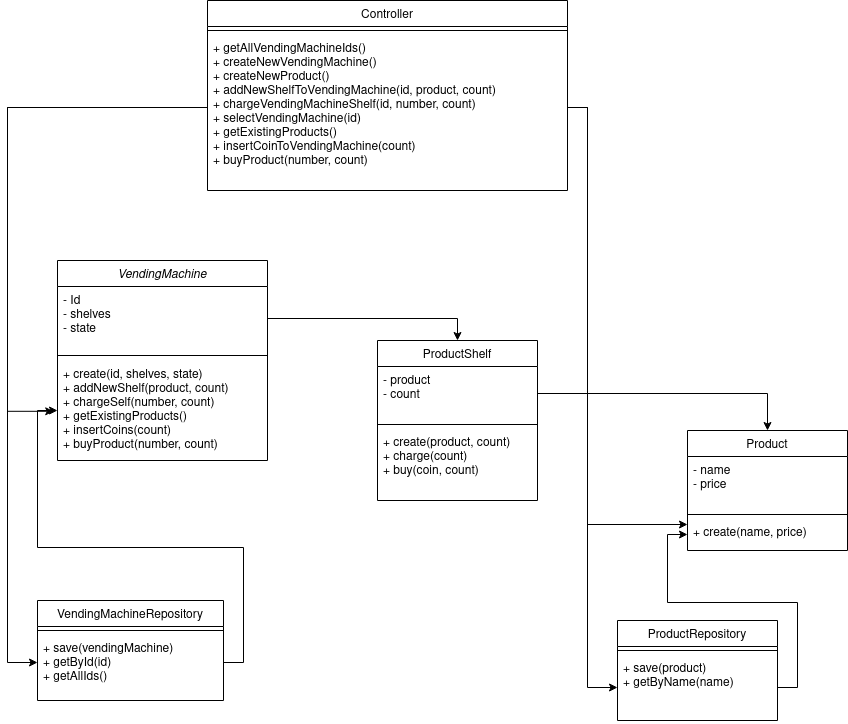
Above: doc/DomainModel.png in ae2079/VendingMachineSystem (draw.io), before the change. Source tidied: cells renumbered, new cells last; positions are measured from the earlier drawing's top-left corner, leaving out a move shared by most shapes. The source it was exported from:
```xml
<mxGraphModel>
  <root>
    <mxCell id="0" />
    <mxCell id="1" parent="0" />
    <mxCell id="2" value="VendingMachine" style="swimlane;fontStyle=2;align=center;verticalAlign=top;horizontal=1;startSize=26;rounded=0;shadow=0;strokeWidth=1;" parent="1" vertex="1">
      <mxGeometry x="50" y="260" width="210" height="200" as="geometry" />
    </mxCell>
    <mxCell id="3" value="- Id&#10;- shelves&#10;- state&#10;" style="text;align=left;verticalAlign=top;spacingLeft=4;spacingRight=4;overflow=hidden;points=[[0,0.5],[1,0.5]];portConstraint=eastwest;" parent="2" vertex="1">
      <mxGeometry y="26" width="210" height="64" as="geometry" />
    </mxCell>
    <mxCell id="4" style="line;html=1;strokeWidth=1;align=left;verticalAlign=middle;spacingTop=-1;spacingLeft=3;spacingRight=3;labelPosition=right;" parent="2" vertex="1">
      <mxGeometry y="90" width="210" height="10" as="geometry" />
    </mxCell>
    <mxCell id="5" value="+ create(id, shelves, state)&#10;+ addNewShelf(product, count)&#10;+ chargeSelf(number, count)&#10;+ getExistingProducts()&#10;+ insertCoins(count)&#10;+ buyProduct(number, count)&#10;&#10;&#10;" style="text;align=left;verticalAlign=top;spacingLeft=4;spacingRight=4;overflow=hidden;points=[[0,0.5],[1,0.5]];portConstraint=eastwest;" parent="2" vertex="1">
      <mxGeometry y="100" width="210" height="100" as="geometry" />
    </mxCell>
    <mxCell id="6" value="VendingMachineRepository" style="swimlane;fontStyle=0;align=center;verticalAlign=top;horizontal=1;startSize=26;rounded=0;shadow=0;strokeWidth=1;" parent="1" vertex="1">
      <mxGeometry x="30" y="600" width="186" height="100" as="geometry" />
    </mxCell>
    <mxCell id="7" style="line;html=1;strokeWidth=1;align=left;verticalAlign=middle;spacingTop=-1;spacingLeft=3;spacingRight=3;labelPosition=right;" parent="6" vertex="1">
      <mxGeometry y="26" width="186" height="8" as="geometry" />
    </mxCell>
    <mxCell id="8" value="Product" style="swimlane;fontStyle=0;align=center;verticalAlign=top;horizontal=1;startSize=26;rounded=0;shadow=0;strokeWidth=1;" parent="1" vertex="1">
      <mxGeometry x="680" y="430" width="160" height="120" as="geometry" />
    </mxCell>
    <mxCell id="9" value="- name&#10;- price&#10;" style="text;align=left;verticalAlign=top;spacingLeft=4;spacingRight=4;overflow=hidden;" parent="8" vertex="1">
      <mxGeometry y="26" width="160" height="54" as="geometry" />
    </mxCell>
    <mxCell id="10" style="line;html=1;strokeWidth=1;align=left;verticalAlign=middle;spacingTop=-1;spacingLeft=3;spacingRight=3;labelPosition=right;" parent="8" vertex="1">
      <mxGeometry y="80" width="160" height="8" as="geometry" />
    </mxCell>
    <mxCell id="11" value="+ create(name, price)&#10;" style="text;align=left;verticalAlign=top;spacingLeft=4;spacingRight=4;overflow=hidden;points=[[0,0.5],[1,0.5]];portConstraint=eastwest;fontStyle=0;" parent="8" vertex="1">
      <mxGeometry y="88" width="160" height="32" as="geometry" />
    </mxCell>
    <mxCell id="12" value="ProductShelf" style="swimlane;fontStyle=0;align=center;verticalAlign=top;horizontal=1;startSize=26;rounded=0;shadow=0;strokeWidth=1;" parent="1" vertex="1">
      <mxGeometry x="370" y="340" width="160" height="160" as="geometry" />
    </mxCell>
    <mxCell id="13" value="- product&#10;- count&#10;" style="text;align=left;verticalAlign=top;spacingLeft=4;spacingRight=4;overflow=hidden;points=[[0,0.5],[1,0.5]];portConstraint=eastwest;rounded=0;shadow=0;html=0;" parent="12" vertex="1">
      <mxGeometry y="26" width="160" height="54" as="geometry" />
    </mxCell>
    <mxCell id="14" style="line;html=1;strokeWidth=1;align=left;verticalAlign=middle;spacingTop=-1;spacingLeft=3;spacingRight=3;labelPosition=right;" parent="12" vertex="1">
      <mxGeometry y="80" width="160" height="8" as="geometry" />
    </mxCell>
    <mxCell id="15" value="+ create(product, count)&#10;+ charge(count)&#10;+ buy(coin, count)&#10;&#10;" style="text;align=left;verticalAlign=top;spacingLeft=4;spacingRight=4;overflow=hidden;" parent="12" vertex="1">
      <mxGeometry y="88" width="160" height="62" as="geometry" />
    </mxCell>
    <mxCell id="16" style="edgeStyle=orthogonalEdgeStyle;rounded=0;jettySize=auto;html=1;exitX=1;exitY=0.5;exitDx=0;exitDy=0;entryX=0.5;entryY=0;entryDx=0;entryDy=0;" parent="1" edge="1" source="13" target="8">
      <mxGeometry relative="1" as="geometry" />
    </mxCell>
    <mxCell id="17" style="edgeStyle=orthogonalEdgeStyle;rounded=0;jettySize=auto;html=1;entryX=0.5;entryY=0;entryDx=0;entryDy=0;" parent="1" edge="1" source="3" target="12">
      <mxGeometry relative="1" as="geometry" />
    </mxCell>
    <mxCell id="18" value="ProductRepository" style="swimlane;fontStyle=0;align=center;verticalAlign=top;horizontal=1;startSize=26;rounded=0;shadow=0;strokeWidth=1;" parent="1" vertex="1">
      <mxGeometry x="610" y="620" width="160" height="100" as="geometry" />
    </mxCell>
    <mxCell id="19" style="line;html=1;strokeWidth=1;align=left;verticalAlign=middle;spacingTop=-1;spacingLeft=3;spacingRight=3;labelPosition=right;" parent="18" vertex="1">
      <mxGeometry y="26" width="160" height="8" as="geometry" />
    </mxCell>
    <mxCell id="20" value="+ save(product)&#10;+ getByName(name)" style="text;align=left;verticalAlign=top;spacingLeft=4;spacingRight=4;overflow=hidden;points=[[0,0.5],[1,0.5]];portConstraint=eastwest;" parent="18" vertex="1">
      <mxGeometry y="34" width="160" height="66" as="geometry" />
    </mxCell>
    <mxCell id="21" value="Controller" style="swimlane;fontStyle=0;align=center;verticalAlign=top;horizontal=1;startSize=26;rounded=0;shadow=0;strokeWidth=1;" parent="1" vertex="1">
      <mxGeometry x="200" width="360" height="190" as="geometry" />
    </mxCell>
    <mxCell id="22" style="line;html=1;strokeWidth=1;align=left;verticalAlign=middle;spacingTop=-1;spacingLeft=3;spacingRight=3;labelPosition=right;" parent="21" vertex="1">
      <mxGeometry y="26" width="360" height="8" as="geometry" />
    </mxCell>
    <mxCell id="23" value="+ getAllVendingMachineIds()&#10;+ createNewVendingMachine()&#10;+ createNewProduct()&#10;+ addNewShelfToVendingMachine(id, product, count)&#10;+ chargeVendingMachineShelf(id, number, count)&#10;+ selectVendingMachine(id)&#10;+ getExistingProducts()&#10;+ insertCoinToVendingMachine(count)&#10;+ buyProduct(number, count)" style="text;align=left;verticalAlign=top;spacingLeft=4;spacingRight=4;overflow=hidden;points=[[0,0.5],[1,0.5]];portConstraint=eastwest;" parent="21" vertex="1">
      <mxGeometry y="34" width="360" height="146" as="geometry" />
    </mxCell>
    <mxCell id="24" style="edgeStyle=orthogonalEdgeStyle;rounded=0;jettySize=auto;html=1;entryX=-0.018;entryY=0.508;entryDx=0;entryDy=0;entryPerimeter=0;" parent="1" edge="1" source="23" target="5">
      <mxGeometry relative="1" as="geometry">
        <Array as="points">
          <mxPoint y="107" />
          <mxPoint y="410" />
          <mxPoint x="46" y="410" />
        </Array>
      </mxGeometry>
    </mxCell>
    <mxCell id="25" style="edgeStyle=orthogonalEdgeStyle;rounded=0;jettySize=auto;html=1;exitX=1;exitY=0.5;exitDx=0;exitDy=0;" parent="1" edge="1" source="23" target="11">
      <mxGeometry relative="1" as="geometry">
        <Array as="points">
          <mxPoint x="580" y="107" />
          <mxPoint x="580" y="524" />
        </Array>
      </mxGeometry>
    </mxCell>
    <mxCell id="26" style="edgeStyle=orthogonalEdgeStyle;rounded=0;jettySize=auto;html=1;entryX=0;entryY=0.5;entryDx=0;entryDy=0;" parent="1" edge="1" source="23" target="30">
      <mxGeometry relative="1" as="geometry">
        <Array as="points">
          <mxPoint y="107" />
          <mxPoint y="662" />
        </Array>
      </mxGeometry>
    </mxCell>
    <mxCell id="27" style="edgeStyle=orthogonalEdgeStyle;rounded=0;jettySize=auto;html=1;exitX=1;exitY=0.5;exitDx=0;exitDy=0;entryX=0;entryY=0.5;entryDx=0;entryDy=0;" parent="1" edge="1" source="23" target="20">
      <mxGeometry relative="1" as="geometry">
        <Array as="points">
          <mxPoint x="580" y="107" />
          <mxPoint x="580" y="687" />
        </Array>
      </mxGeometry>
    </mxCell>
    <mxCell id="28" style="edgeStyle=orthogonalEdgeStyle;rounded=0;jettySize=auto;html=1;exitX=1;exitY=0.5;exitDx=0;exitDy=0;entryX=0;entryY=0.5;entryDx=0;entryDy=0;" parent="1" edge="1" source="20" target="11">
      <mxGeometry relative="1" as="geometry" />
    </mxCell>
    <mxCell id="29" style="edgeStyle=orthogonalEdgeStyle;rounded=0;jettySize=auto;html=1;exitX=1;exitY=0.5;exitDx=0;exitDy=0;entryX=0;entryY=0.5;entryDx=0;entryDy=0;" parent="1" edge="1" source="30" target="5">
      <mxGeometry relative="1" as="geometry" />
    </mxCell>
    <mxCell id="30" value="+ save(vendingMachine)&#10;+ getById(id)&#10;+ getAllIds()&#10;" style="text;align=left;verticalAlign=top;spacingLeft=4;spacingRight=4;overflow=hidden;points=[[0,0.5],[1,0.5]];portConstraint=eastwest;" parent="1" vertex="1">
      <mxGeometry x="30" y="634" width="186" height="56" as="geometry" />
    </mxCell>
  </root>
</mxGraphModel>
```
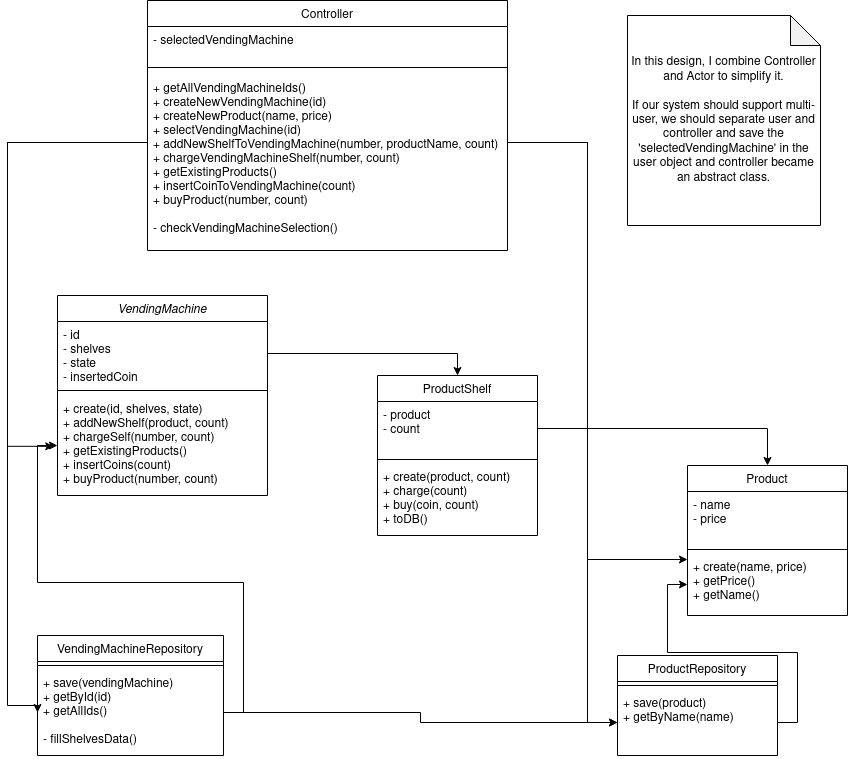
After the commit.

Commit message:
Update domain model image

Diff of the diagram source:
```diff
@@ -5,7 +5,7 @@
     <mxCell id="2" value="VendingMachine" style="swimlane;fontStyle=2;align=center;verticalAlign=top;horizontal=1;startSize=26;rounded=0;shadow=0;strokeWidth=1;" parent="1" vertex="1">
       <mxGeometry x="50" y="260" width="210" height="200" as="geometry" />
     </mxCell>
-    <mxCell id="3" value="- Id&#10;- shelves&#10;- state&#10;" style="text;align=left;verticalAlign=top;spacingLeft=4;spacingRight=4;overflow=hidden;points=[[0,0.5],[1,0.5]];portConstraint=eastwest;" parent="2" vertex="1">
+    <mxCell id="3" value="- id&#10;- shelves&#10;- state&#10;- insertedCoin&#10;" style="text;align=left;verticalAlign=top;spacingLeft=4;spacingRight=4;overflow=hidden;points=[[0,0.5],[1,0.5]];portConstraint=eastwest;" parent="2" vertex="1">
       <mxGeometry y="26" width="210" height="64" as="geometry" />
     </mxCell>
     <mxCell id="4" style="line;html=1;strokeWidth=1;align=left;verticalAlign=middle;spacingTop=-1;spacingLeft=3;spacingRight=3;labelPosition=right;" parent="2" vertex="1">
@@ -15,13 +15,13 @@
       <mxGeometry y="100" width="210" height="100" as="geometry" />
     </mxCell>
     <mxCell id="6" value="VendingMachineRepository" style="swimlane;fontStyle=0;align=center;verticalAlign=top;horizontal=1;startSize=26;rounded=0;shadow=0;strokeWidth=1;" parent="1" vertex="1">
-      <mxGeometry x="30" y="600" width="186" height="100" as="geometry" />
+      <mxGeometry x="30" y="600" width="186" height="120" as="geometry" />
     </mxCell>
     <mxCell id="7" style="line;html=1;strokeWidth=1;align=left;verticalAlign=middle;spacingTop=-1;spacingLeft=3;spacingRight=3;labelPosition=right;" parent="6" vertex="1">
       <mxGeometry y="26" width="186" height="8" as="geometry" />
     </mxCell>
     <mxCell id="8" value="Product" style="swimlane;fontStyle=0;align=center;verticalAlign=top;horizontal=1;startSize=26;rounded=0;shadow=0;strokeWidth=1;" parent="1" vertex="1">
-      <mxGeometry x="680" y="430" width="160" height="120" as="geometry" />
+      <mxGeometry x="680" y="430" width="160" height="150" as="geometry" />
     </mxCell>
     <mxCell id="9" value="- name&#10;- price&#10;" style="text;align=left;verticalAlign=top;spacingLeft=4;spacingRight=4;overflow=hidden;" parent="8" vertex="1">
       <mxGeometry y="26" width="160" height="54" as="geometry" />
@@ -29,8 +29,8 @@
     <mxCell id="10" style="line;html=1;strokeWidth=1;align=left;verticalAlign=middle;spacingTop=-1;spacingLeft=3;spacingRight=3;labelPosition=right;" parent="8" vertex="1">
       <mxGeometry y="80" width="160" height="8" as="geometry" />
     </mxCell>
-    <mxCell id="11" value="+ create(name, price)&#10;" style="text;align=left;verticalAlign=top;spacingLeft=4;spacingRight=4;overflow=hidden;points=[[0,0.5],[1,0.5]];portConstraint=eastwest;fontStyle=0;" parent="8" vertex="1">
-      <mxGeometry y="88" width="160" height="32" as="geometry" />
+    <mxCell id="11" value="+ create(name, price)&#10;+ getPrice()&#10;+ getName()&#10;&#10;" style="text;align=left;verticalAlign=top;spacingLeft=4;spacingRight=4;overflow=hidden;points=[[0,0.5],[1,0.5]];portConstraint=eastwest;fontStyle=0;" parent="8" vertex="1">
+      <mxGeometry y="88" width="160" height="62" as="geometry" />
     </mxCell>
     <mxCell id="12" value="ProductShelf" style="swimlane;fontStyle=0;align=center;verticalAlign=top;horizontal=1;startSize=26;rounded=0;shadow=0;strokeWidth=1;" parent="1" vertex="1">
       <mxGeometry x="370" y="340" width="160" height="160" as="geometry" />
@@ -41,7 +41,7 @@
     <mxCell id="14" style="line;html=1;strokeWidth=1;align=left;verticalAlign=middle;spacingTop=-1;spacingLeft=3;spacingRight=3;labelPosition=right;" parent="12" vertex="1">
       <mxGeometry y="80" width="160" height="8" as="geometry" />
     </mxCell>
-    <mxCell id="15" value="+ create(product, count)&#10;+ charge(count)&#10;+ buy(coin, count)&#10;&#10;" style="text;align=left;verticalAlign=top;spacingLeft=4;spacingRight=4;overflow=hidden;" parent="12" vertex="1">
+    <mxCell id="15" value="+ create(product, count)&#10;+ charge(count)&#10;+ buy(coin, count)&#10;+ toDB()&#10;&#10;" style="text;align=left;verticalAlign=top;spacingLeft=4;spacingRight=4;overflow=hidden;" parent="12" vertex="1">
       <mxGeometry y="88" width="160" height="62" as="geometry" />
     </mxCell>
     <mxCell id="16" style="edgeStyle=orthogonalEdgeStyle;rounded=0;jettySize=auto;html=1;exitX=1;exitY=0.5;exitDx=0;exitDy=0;entryX=0.5;entryY=0;entryDx=0;entryDy=0;" parent="1" edge="1" source="13" target="8">
@@ -60,13 +60,16 @@
       <mxGeometry y="34" width="160" height="66" as="geometry" />
     </mxCell>
     <mxCell id="21" value="Controller" style="swimlane;fontStyle=0;align=center;verticalAlign=top;horizontal=1;startSize=26;rounded=0;shadow=0;strokeWidth=1;" parent="1" vertex="1">
-      <mxGeometry x="200" width="360" height="190" as="geometry" />
+      <mxGeometry x="140" y="-35" width="360" height="250" as="geometry" />
     </mxCell>
+    <mxCell id="31" value="- selectedVendingMachine&#10;" style="text;align=left;verticalAlign=top;spacingLeft=4;spacingRight=4;overflow=hidden;rounded=0;shadow=0;html=0;" parent="21" vertex="1">
+      <mxGeometry y="26" width="360" height="34" as="geometry" />
+    </mxCell>
     <mxCell id="22" style="line;html=1;strokeWidth=1;align=left;verticalAlign=middle;spacingTop=-1;spacingLeft=3;spacingRight=3;labelPosition=right;" parent="21" vertex="1">
-      <mxGeometry y="26" width="360" height="8" as="geometry" />
+      <mxGeometry y="60" width="360" height="14" as="geometry" />
     </mxCell>
-    <mxCell id="23" value="+ getAllVendingMachineIds()&#10;+ createNewVendingMachine()&#10;+ createNewProduct()&#10;+ addNewShelfToVendingMachine(id, product, count)&#10;+ chargeVendingMachineShelf(id, number, count)&#10;+ selectVendingMachine(id)&#10;+ getExistingProducts()&#10;+ insertCoinToVendingMachine(count)&#10;+ buyProduct(number, count)" style="text;align=left;verticalAlign=top;spacingLeft=4;spacingRight=4;overflow=hidden;points=[[0,0.5],[1,0.5]];portConstraint=eastwest;" parent="21" vertex="1">
-      <mxGeometry y="34" width="360" height="146" as="geometry" />
+    <mxCell id="23" value="+ getAllVendingMachineIds()&#10;+ createNewVendingMachine(id)&#10;+ createNewProduct(name, price)&#10;+ selectVendingMachine(id)&#10;+ addNewShelfToVendingMachine(number, productName, count)&#10;+ chargeVendingMachineShelf(number, count)&#10;+ getExistingProducts()&#10;+ insertCoinToVendingMachine(count)&#10;+ buyProduct(number, count)&#10;&#10;- checkVendingMachineSelection()&#10;" style="text;align=left;verticalAlign=top;spacingLeft=4;spacingRight=4;overflow=hidden;points=[[0,0.5],[1,0.5]];portConstraint=eastwest;" parent="21" vertex="1">
+      <mxGeometry y="74" width="360" height="176" as="geometry" />
     </mxCell>
     <mxCell id="24" style="edgeStyle=orthogonalEdgeStyle;rounded=0;jettySize=auto;html=1;entryX=-0.018;entryY=0.508;entryDx=0;entryDy=0;entryPerimeter=0;" parent="1" edge="1" source="23" target="5">
       <mxGeometry relative="1" as="geometry">
@@ -89,7 +92,8 @@
       <mxGeometry relative="1" as="geometry">
         <Array as="points">
           <mxPoint y="107" />
-          <mxPoint y="662" />
+          <mxPoint y="670" />
+          <mxPoint x="30" y="670" />
         </Array>
       </mxGeometry>
     </mxCell>
@@ -107,8 +111,14 @@
     <mxCell id="29" style="edgeStyle=orthogonalEdgeStyle;rounded=0;jettySize=auto;html=1;exitX=1;exitY=0.5;exitDx=0;exitDy=0;entryX=0;entryY=0.5;entryDx=0;entryDy=0;" parent="1" edge="1" source="30" target="5">
       <mxGeometry relative="1" as="geometry" />
     </mxCell>
+    <mxCell id="32" style="edgeStyle=orthogonalEdgeStyle;rounded=0;jettySize=auto;html=1;exitX=1;exitY=0.5;exitDx=0;exitDy=0;entryX=0;entryY=0.5;entryDx=0;entryDy=0;" parent="1" edge="1" source="30" target="20">
+      <mxGeometry relative="1" as="geometry" />
+    </mxCell>
-    <mxCell id="30" value="+ save(vendingMachine)&#10;+ getById(id)&#10;+ getAllIds()&#10;" style="text;align=left;verticalAlign=top;spacingLeft=4;spacingRight=4;overflow=hidden;points=[[0,0.5],[1,0.5]];portConstraint=eastwest;" parent="1" vertex="1">
-      <mxGeometry x="30" y="634" width="186" height="56" as="geometry" />
+    <mxCell id="30" value="+ save(vendingMachine)&#10;+ getById(id)&#10;+ getAllIds()&#10;&#10;- fillShelvesData()&#10;" style="text;align=left;verticalAlign=top;spacingLeft=4;spacingRight=4;overflow=hidden;points=[[0,0.5],[1,0.5]];portConstraint=eastwest;" parent="1" vertex="1">
+      <mxGeometry x="30" y="634" width="186" height="86" as="geometry" />
     </mxCell>
+    <mxCell id="33" value="&lt;div&gt;In this design, I combine Controller and Actor to simplify it.&lt;/div&gt;&lt;div&gt;&lt;br&gt;&lt;/div&gt;&lt;div&gt;If our system should support multi-user, we should separate user and controller and save the 'selectedVendingMachine' in the user object and controller became an abstract class. &lt;br&gt;&lt;/div&gt;" style="shape=note;whiteSpace=wrap;html=1;backgroundOutline=1;darkOpacity=0.05;" parent="1" vertex="1">
+      <mxGeometry x="620" y="-20" width="193" height="210" as="geometry" />
+    </mxCell>
   </root>
 </mxGraphModel>
```
